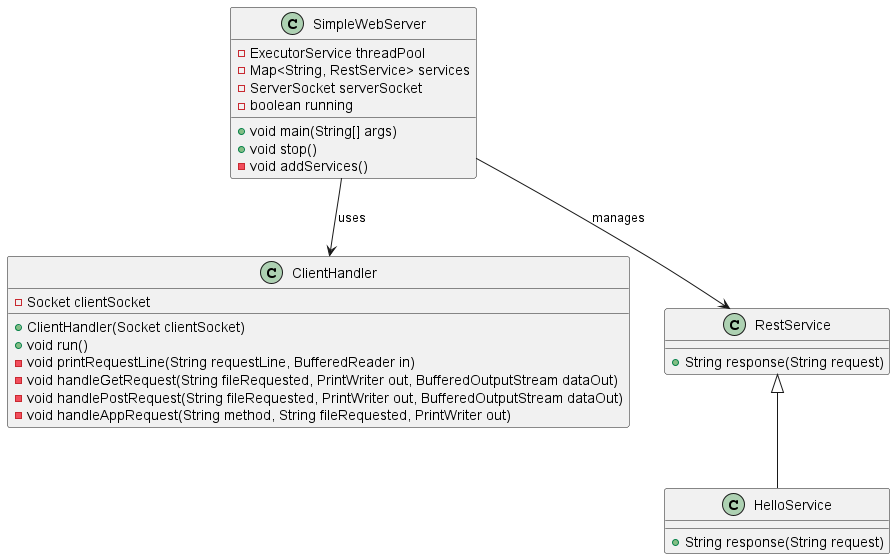
The PlantUML diagram out/diagrama/diagramaClases.png in alexandrac1420/Aplicaciones_Distribuidas, before a commit.
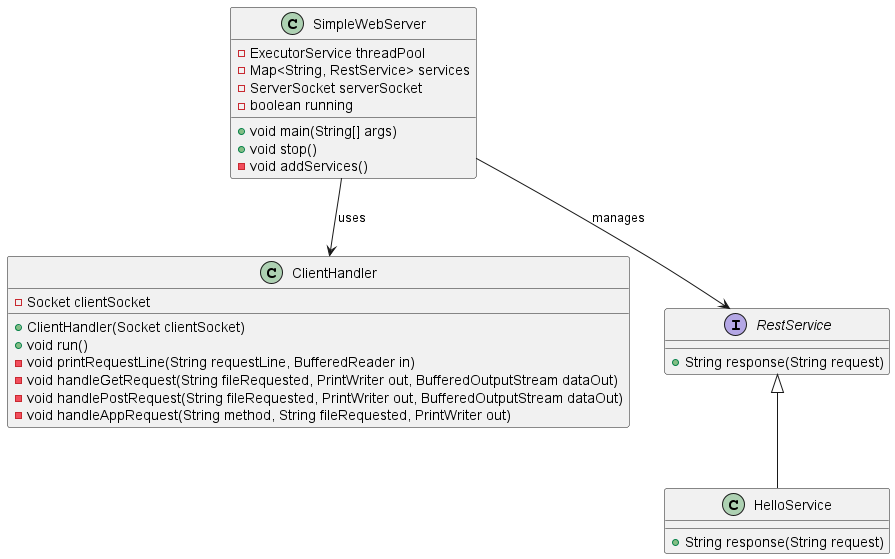
Later version of the same file.

Commit message:
Arreglo diagramas

The edit, as a diff of the source:
```diff
@@ -19,7 +19,7 @@
     -Socket clientSocket
 }
 
-class RestService {
+interface RestService {
     +String response(String request)
 }
 
```
